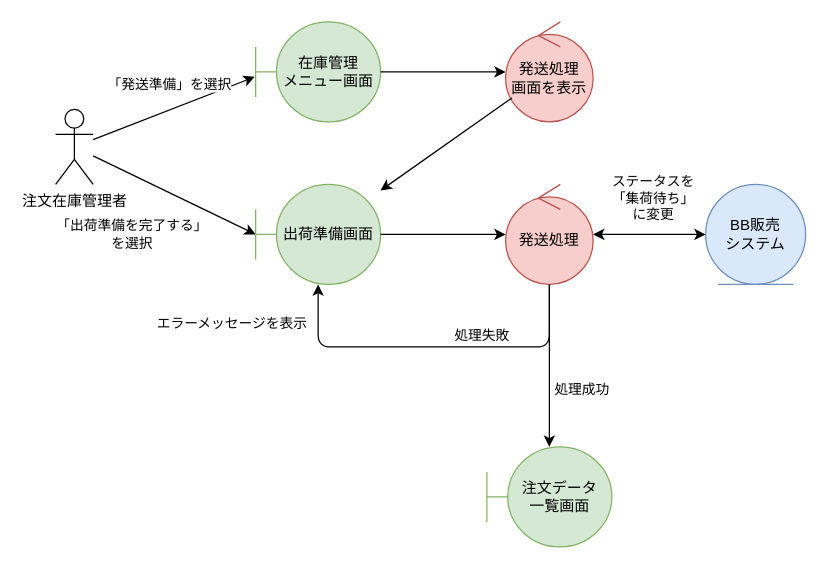
This is BB/analysis_sending.drawio from FujikawaHirono0520/group3_1_dogdog, a draw.io file, before an edit. Source tidied: cells renumbered, new cells numbered last; positions are measured from the earlier drawing's top-left corner, leaving out a move shared by most shapes. Both pictures are drawn from the tidied source at 125%, with x=0, y=0 at pixel (55, 21).
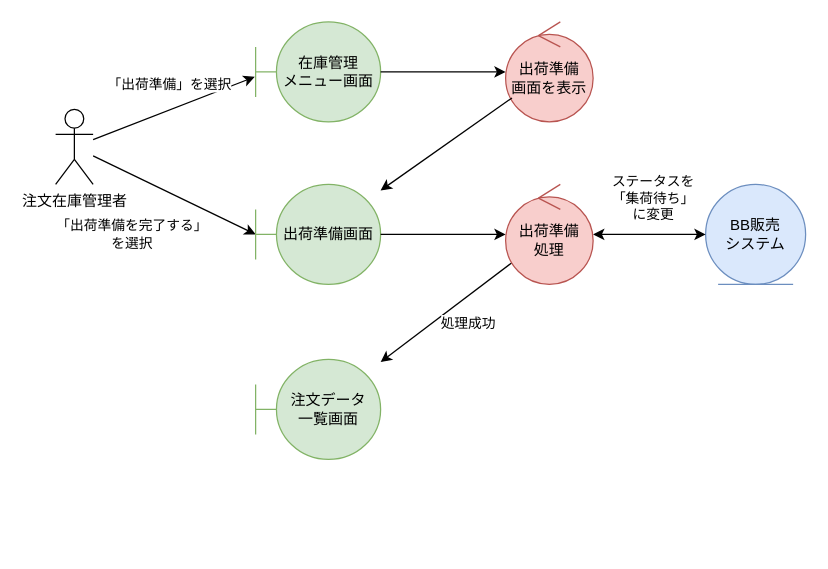
The same diagram, later.

Unchanged cells that the change refers to:
```xml
<mxCell id="6" style="endArrow=classic;html=1;entryX=-0.007;entryY=0.55;entryDx=0;entryDy=0;entryPerimeter=0;" parent="1" edge="1" source="2" target="3">
  <mxGeometry relative="1" as="geometry" />
</mxCell>
<mxCell id="10" value="&lt;div&gt;出荷準備画面&lt;/div&gt;" style="shape=umlBoundary;whiteSpace=wrap;html=1;fillColor=#d5e8d4;strokeColor=#82b366;" parent="1" vertex="1">
  <mxGeometry x="160" y="130" width="100" height="80" as="geometry" />
</mxCell>
<mxCell id="11" style="endArrow=classic;html=1;" parent="1" edge="1" source="14" target="22">
  <mxGeometry relative="1" as="geometry" />
</mxCell>
```

Diff of the diagram source:
```diff
@@
-    <mxCell id="7" value="「発送準備」を選択" style="edgeLabel;html=1;align=center;verticalAlign=middle;" parent="6" vertex="1">
+    <mxCell id="7" value="「出荷準備」を選択" style="edgeLabel;html=1;align=center;verticalAlign=middle;" parent="6" vertex="1">
       <mxGeometry x="-0.02" relative="1" as="geometry">
         <mxPoint x="-3" y="-20" as="offset" />
       </mxGeometry>
     </mxCell>
-    <mxCell id="8" value="発送処理&lt;div&gt;画面を表示&lt;/div&gt;" style="ellipse;shape=umlControl;whiteSpace=wrap;html=1;fillColor=#f8cecc;strokeColor=#b85450;" parent="1" vertex="1">
+    <mxCell id="8" value="出荷準備&lt;br&gt;&lt;div&gt;画面を表示&lt;/div&gt;" style="ellipse;shape=umlControl;whiteSpace=wrap;html=1;fillColor=#f8cecc;strokeColor=#b85450;" parent="1" vertex="1">
       <mxGeometry x="360" width="70" height="80" as="geometry" />
     </mxCell>
@@
     <mxCell id="12" value="処理成功" style="edgeLabel;html=1;align=center;verticalAlign=middle;" parent="11" vertex="1">
       <mxGeometry x="0.28" y="-4" relative="1" as="geometry">
-        <mxPoint x="29" as="offset" />
+        <mxPoint x="34" as="offset" />
       </mxGeometry>
     </mxCell>
@@
-    <mxCell id="14" value="発送処理" style="ellipse;shape=umlControl;whiteSpace=wrap;html=1;fillColor=#f8cecc;strokeColor=#b85450;" parent="1" vertex="1">
+    <mxCell id="14" value="出荷準備&lt;div&gt;処理&lt;/div&gt;" style="ellipse;shape=umlControl;whiteSpace=wrap;html=1;fillColor=#f8cecc;strokeColor=#b85450;" parent="1" vertex="1">
       <mxGeometry x="360" y="130" width="70" height="80" as="geometry" />
     </mxCell>
@@
-    <mxCell id="19" style="endArrow=classic;html=1;" parent="1" edge="1" source="14" target="10">
-      <mxGeometry relative="1" as="geometry">
-        <Array as="points">
-          <mxPoint x="395" y="260" />
-          <mxPoint x="310" y="260" />
-          <mxPoint x="210" y="260" />
-        </Array>
-      </mxGeometry>
-    </mxCell>
-    <mxCell id="20" value="処理失敗" style="edgeLabel;html=1;align=center;verticalAlign=middle;" parent="19" vertex="1">
-      <mxGeometry x="0.06" y="4" relative="1" as="geometry">
-        <mxPoint x="46" y="-14" as="offset" />
-      </mxGeometry>
-    </mxCell>
-    <mxCell id="21" value="エラーメッセージを表示" style="edgeLabel;html=1;align=center;verticalAlign=middle;" parent="19" vertex="1">
-      <mxGeometry x="0.58" y="-2" relative="1" as="geometry">
-        <mxPoint x="-80" y="-18" as="offset" />
-      </mxGeometry>
-    </mxCell>
     <mxCell id="22" value="&lt;div&gt;注文データ&lt;/div&gt;&lt;div&gt;一覧画面&lt;/div&gt;" style="shape=umlBoundary;whiteSpace=wrap;html=1;fillColor=#d5e8d4;strokeColor=#82b366;" parent="1" vertex="1">
-      <mxGeometry x="345" y="340" width="100" height="80" as="geometry" />
+      <mxGeometry x="160" y="270" width="100" height="80" as="geometry" />
     </mxCell>
```
